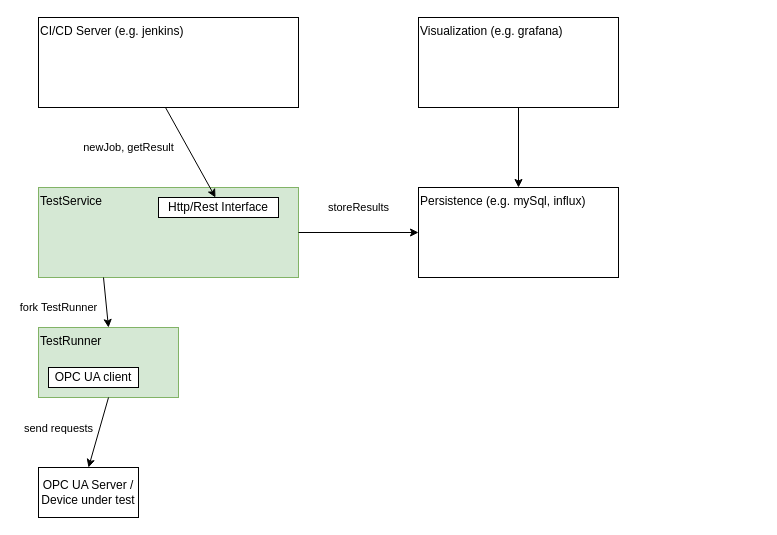
Earlier version of the draw.io diagram drawio/architecture.drawio (matkonnerth/opcuatesttool). Source tidied: cells renumbered, new cells numbered last; positions are measured from the earlier drawing's top-left corner, leaving out a move shared by most shapes. Both pictures are drawn from the tidied source at 100%, with x=0, y=0 at pixel (38, 17).
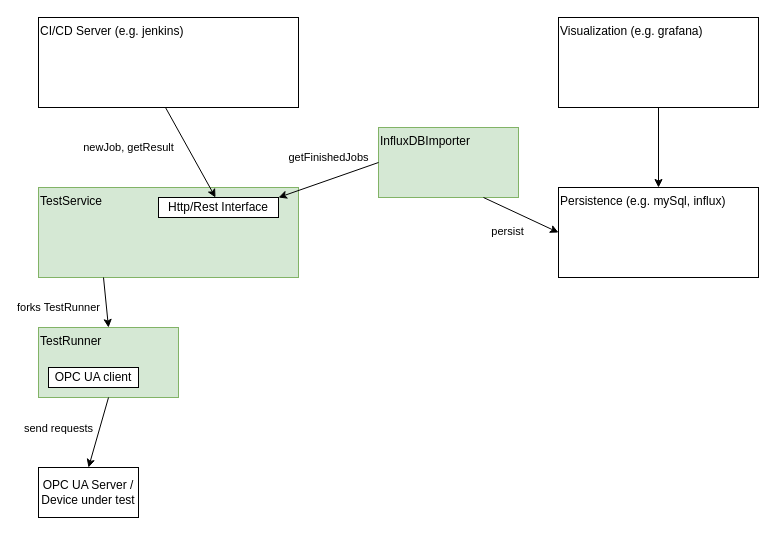
After the change.

Diff of the diagram source:
```diff
@@
 <mxGraphModel>
   <root>
     <mxCell id="0" />
     <mxCell id="1" parent="0" />
     <mxCell id="2" value="TestRunner" style="rounded=0;whiteSpace=wrap;html=1;align=left;verticalAlign=top;fillColor=#d5e8d4;strokeColor=#82b366;" parent="1" vertex="1">
       <mxGeometry y="310" width="140" height="70" as="geometry" />
     </mxCell>
     <mxCell id="3" value="TestService" style="rounded=0;whiteSpace=wrap;html=1;align=left;verticalAlign=top;fillColor=#d5e8d4;strokeColor=#82b366;" parent="1" vertex="1">
       <mxGeometry y="170" width="260" height="90" as="geometry" />
     </mxCell>
     <mxCell id="4" value="Http/Rest Interface" style="rounded=0;whiteSpace=wrap;html=1;" parent="1" vertex="1">
       <mxGeometry x="120" y="180" width="120" height="20" as="geometry" />
     </mxCell>
     <mxCell id="5" value="OPC UA client" style="rounded=0;whiteSpace=wrap;html=1;" parent="1" vertex="1">
       <mxGeometry x="10" y="350" width="90" height="20" as="geometry" />
     </mxCell>
     <mxCell id="6" value="OPC UA Server / Device under test" style="rounded=0;whiteSpace=wrap;html=1;" parent="1" vertex="1">
       <mxGeometry y="450" width="100" height="50" as="geometry" />
     </mxCell>
     <mxCell id="7" value="CI/CD Server (e.g. jenkins)" style="rounded=0;whiteSpace=wrap;html=1;align=left;verticalAlign=top;" parent="1" vertex="1">
       <mxGeometry width="260" height="90" as="geometry" />
     </mxCell>
     <mxCell id="8" value="Persistence (e.g. mySql, influx)" style="rounded=0;whiteSpace=wrap;html=1;align=left;verticalAlign=top;" parent="1" vertex="1">
-      <mxGeometry x="380" y="170" width="200" height="90" as="geometry" />
+      <mxGeometry x="520" y="170" width="200" height="90" as="geometry" />
     </mxCell>
     <mxCell id="9" value="newJob, getResult" style="endArrow=classic;html=1;entryX=0.5;entryY=0;entryDx=0;entryDy=0;exitX=0.5;exitY=1;exitDx=0;exitDy=0;" parent="1" edge="1">
       <mxGeometry x="-0.67" y="-52" relative="1" as="geometry">
         <mxPoint x="127" y="90" as="sourcePoint" />
         <mxPoint x="177" y="180" as="targetPoint" />
       </mxGeometry>
     </mxCell>
-    <mxCell id="10" value="fork TestRunner" style="endArrow=classic;html=1;entryX=0.5;entryY=0;entryDx=0;entryDy=0;exitX=0.25;exitY=1;exitDx=0;exitDy=0;" parent="1" edge="1" source="3" target="2">
+    <mxCell id="10" value="forks TestRunner" style="endArrow=classic;html=1;entryX=0.5;entryY=0;entryDx=0;entryDy=0;exitX=0.25;exitY=1;exitDx=0;exitDy=0;" parent="1" edge="1" source="3" target="2">
       <mxGeometry x="0.01" y="-48" relative="1" as="geometry" />
     </mxCell>
     <mxCell id="11" style="endArrow=classic;html=1;entryX=0.5;entryY=0;entryDx=0;entryDy=0;exitX=0.5;exitY=1;exitDx=0;exitDy=0;" parent="1" edge="1" source="2" target="6">
       <mxGeometry relative="1" as="geometry" />
     </mxCell>
     <mxCell id="12" value="send requests" style="edgeLabel;html=1;align=center;verticalAlign=middle;" parent="11" vertex="1">
       <mxGeometry x="-0.46" y="2" relative="1" as="geometry">
         <mxPoint x="-46.7" y="11.2" as="offset" />
       </mxGeometry>
     </mxCell>
     <mxCell id="13" value="Visualization (e.g. grafana)" style="rounded=0;whiteSpace=wrap;html=1;align=left;verticalAlign=top;" parent="1" vertex="1">
-      <mxGeometry x="380" width="200" height="90" as="geometry" />
+      <mxGeometry x="520" width="200" height="90" as="geometry" />
     </mxCell>
     <mxCell id="14" style="endArrow=classic;html=1;entryX=0.5;entryY=0;entryDx=0;entryDy=0;exitX=0.5;exitY=1;exitDx=0;exitDy=0;" parent="1" edge="1" source="13" target="8">
       <mxGeometry relative="1" as="geometry" />
     </mxCell>
-    <mxCell id="15" value="storeResults" style="endArrow=classic;html=1;entryX=0;entryY=0.5;entryDx=0;entryDy=0;exitX=1;exitY=0.5;exitDx=0;exitDy=0;" parent="1" edge="1" source="3" target="8">
-      <mxGeometry y="25" relative="1" as="geometry" />
-    </mxCell>
+    <mxCell id="16" value="InfluxDBImporter" style="rounded=0;whiteSpace=wrap;html=1;align=left;verticalAlign=top;fillColor=#d5e8d4;strokeColor=#82b366;" parent="1" vertex="1">
+      <mxGeometry x="340" y="110" width="140" height="70" as="geometry" />
+    </mxCell>
+    <mxCell id="17" value="getFinishedJobs" style="endArrow=classic;html=1;exitX=0;exitY=0.5;exitDx=0;exitDy=0;entryX=1;entryY=0;entryDx=0;entryDy=0;" parent="1" edge="1" source="16" target="4">
+      <mxGeometry x="-0.14" y="-21" relative="1" as="geometry" />
+    </mxCell>
+    <mxCell id="18" value="persist" style="endArrow=classic;html=1;exitX=0.75;exitY=1;exitDx=0;exitDy=0;entryX=0;entryY=0.5;entryDx=0;entryDy=0;" parent="1" edge="1" source="16" target="8">
+      <mxGeometry x="-0.14" y="-21" relative="1" as="geometry" />
+    </mxCell>
   </root>
 </mxGraphModel>
```
